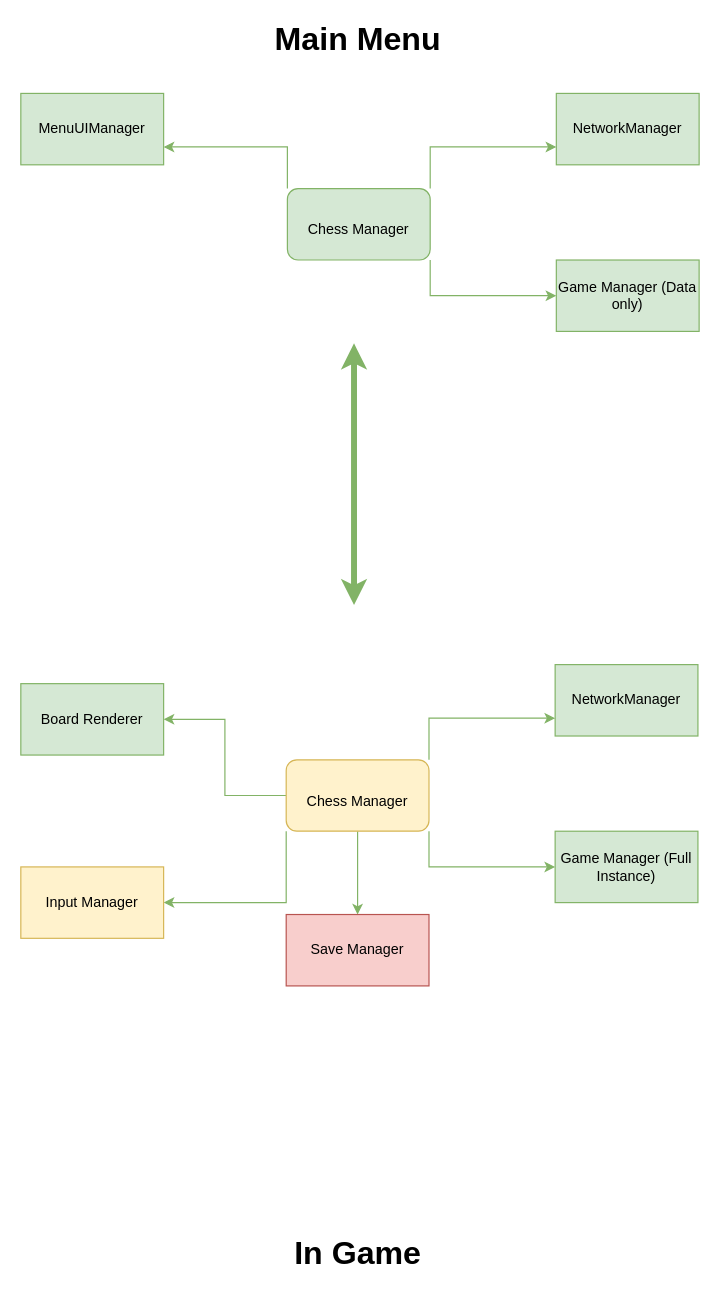
The draw.io diagram page "Chess Manager" (2 of 5) of Plan Diagram (draw.io).drawio in Robert-M-Lucas/NEA, before the edit. Source tidied: cells renumbered, new cells numbered last; positions are measured from the earlier drawing's top-left corner, leaving out a move shared by most shapes. Both pictures are drawn from the tidied source at 119%, with x=0, y=0 at pixel (20, 21).
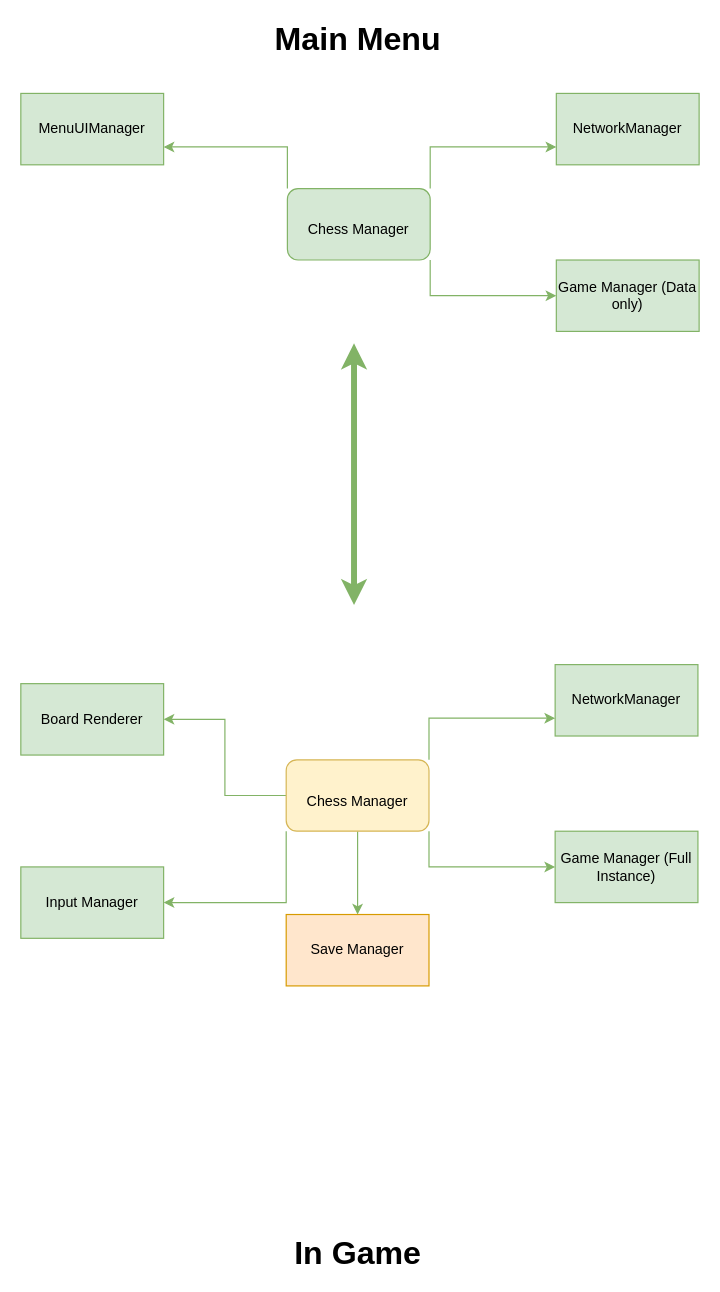
The same page after the edit.

Diff of the diagram source:
```diff
@@
-    <mxCell id="19" value="Save Manager" style="rounded=0;whiteSpace=wrap;html=1;fontSize=12;fillColor=#f8cecc;strokeColor=#b85450;" parent="1" vertex="1">
+    <mxCell id="19" value="Save Manager" style="rounded=0;whiteSpace=wrap;html=1;fontSize=12;fillColor=#ffe6cc;strokeColor=#d79b00;" parent="1" vertex="1">
       <mxGeometry x="223" y="750" width="120" height="60" as="geometry" />
     </mxCell>
-    <mxCell id="20" value="Input Manager" style="rounded=0;whiteSpace=wrap;html=1;fontSize=12;fillColor=#fff2cc;strokeColor=#d6b656;" parent="1" vertex="1">
+    <mxCell id="20" value="Input Manager" style="rounded=0;whiteSpace=wrap;html=1;fontSize=12;fillColor=#d5e8d4;strokeColor=#82b366;" parent="1" vertex="1">
       <mxGeometry y="710" width="120" height="60" as="geometry" />
     </mxCell>
```
